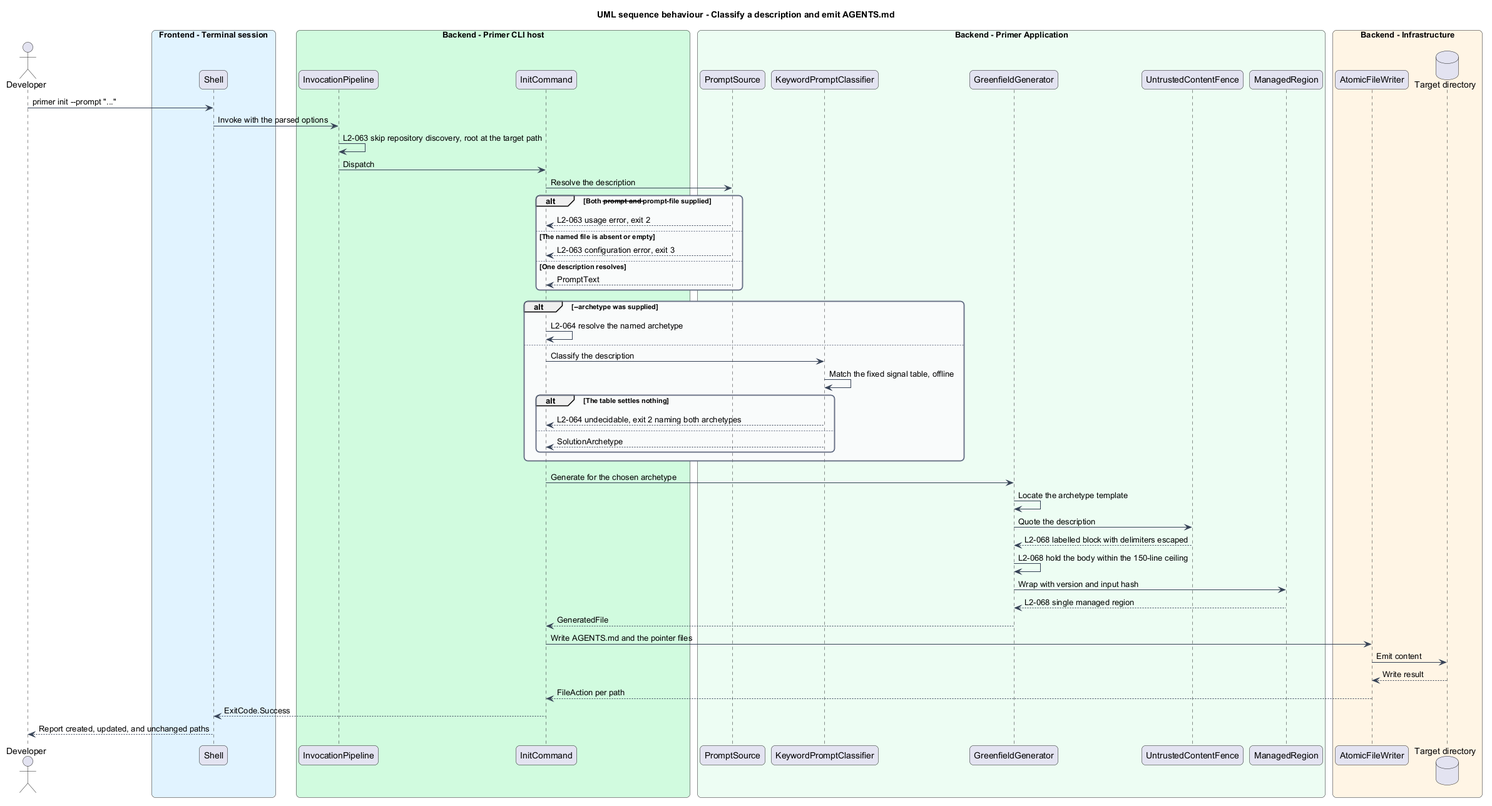
QuinntyneBrown/primer keeps this PlantUML diagram as docs/detailed-designs/agent-file-generation/generate-from-prompt/diagrams/sequence-generate-from-prompt.png. Above is the earlier version. Source of this version:
```plantuml
@startuml
title UML sequence behaviour - Classify a description and emit AGENTS.md
skinparam backgroundColor #FFFFFF
skinparam shadowing false
skinparam roundcorner 12
skinparam defaultFontName Arial
skinparam ArrowColor #344054
skinparam rectangle {
  BorderColor #344054
  FontColor #101828
}
skinparam package {
  BorderColor #667085
  FontColor #101828
  BackgroundColor #F9FAFB
}
actor "Developer" as dev
box "Frontend - Terminal session" #E0F2FE
  participant "Shell" as shell
end box
box "Backend - Primer CLI host" #D1FADF
  participant "InvocationPipeline" as pipeline
  participant "InitCommand" as init
end box
box "Backend - Primer Application" #ECFDF3
  participant "PromptSource" as source
  participant "KeywordPromptClassifier" as classifier
  participant "GreenfieldGenerator" as generator
  participant "UntrustedContentFence" as fence
  participant "ManagedRegion" as region
end box
box "Backend - Infrastructure" #FFF4E5
  participant "AtomicFileWriter" as writer
  database "Target directory" as tree
end box

dev -> shell : primer init --prompt "..."
shell -> pipeline : Invoke with the parsed options
pipeline -> pipeline : L2-063 skip repository discovery, root at the target path
pipeline -> init : Dispatch

init -> source : Resolve the description
alt Both --prompt and --prompt-file supplied
  source --> init : L2-063 usage error, exit 2
else The named file is absent or empty
  source --> init : L2-063 configuration error, exit 3
else One description resolves
  source --> init : PromptText
end

alt --archetype was supplied
  init -> init : L2-064 resolve the named archetype
else
  init -> classifier : Classify the description
  classifier -> classifier : Match the fixed signal table, offline
  alt The table settles nothing
    classifier --> init : L2-064 undecidable, exit 2 naming both archetypes
  else
    classifier --> init : SolutionArchetype
  end
end

init -> generator : Generate for the chosen archetype
generator -> generator : Locate the archetype template
generator -> fence : Quote the description
fence --> generator : L2-068 labelled block with delimiters escaped
generator -> generator : L2-068 hold the body within the 150-line ceiling
generator -> region : Wrap with version and input hash
region --> generator : L2-068 single managed region
generator --> init : GeneratedFile

init -> writer : Write AGENTS.md and the pointer files
writer -> tree : Emit content
tree --> writer : Write result
writer --> init : FileAction per path
init --> shell : ExitCode.Success
shell --> dev : Report created, updated, and unchanged paths
@enduml
```
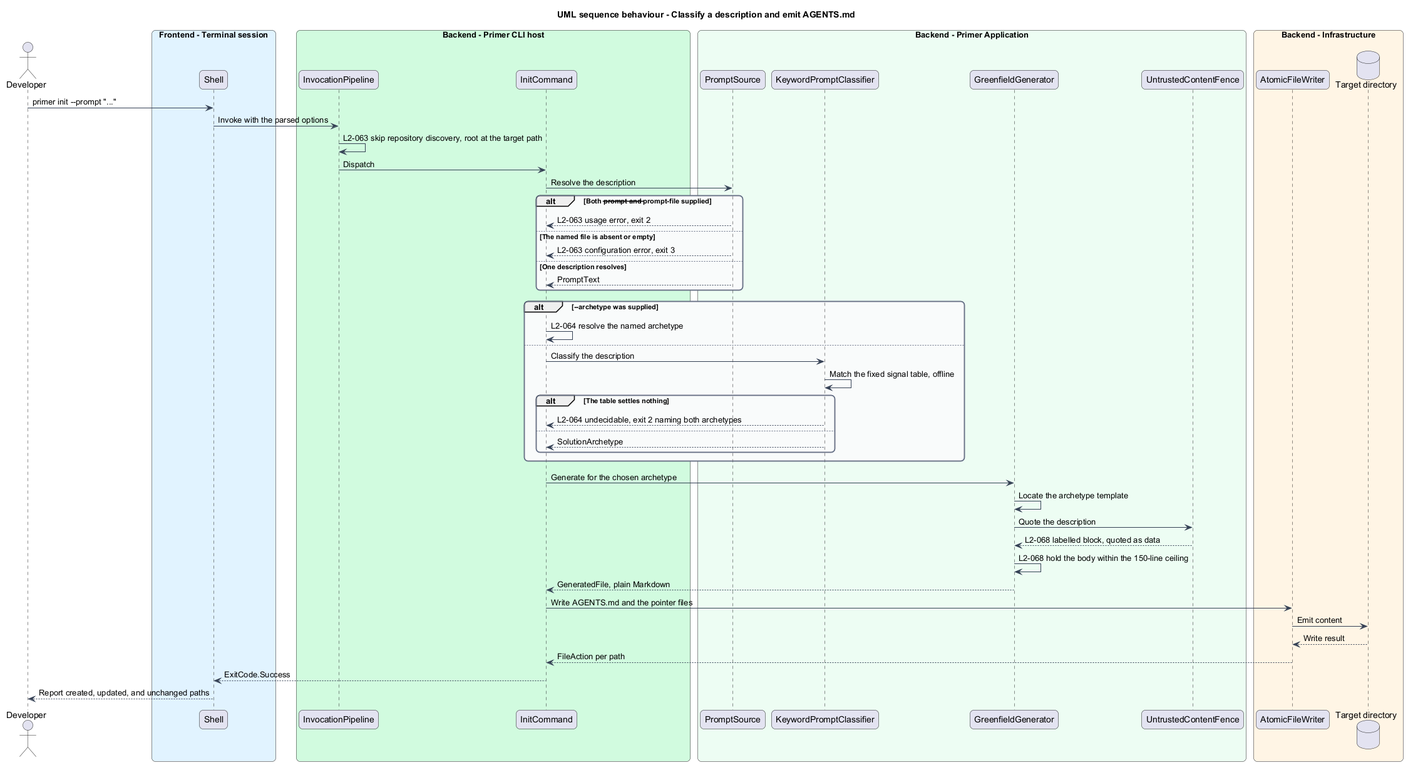
After the change.

Diff of the diagram source:
```diff
@@ -27,7 +27,6 @@
   participant "KeywordPromptClassifier" as classifier
   participant "GreenfieldGenerator" as generator
   participant "UntrustedContentFence" as fence
-  participant "ManagedRegion" as region
 end box
 box "Backend - Infrastructure" #FFF4E5
   participant "AtomicFileWriter" as writer
@@ -63,11 +62,9 @@
 init -> generator : Generate for the chosen archetype
 generator -> generator : Locate the archetype template
 generator -> fence : Quote the description
-fence --> generator : L2-068 labelled block with delimiters escaped
+fence --> generator : L2-068 labelled block, quoted as data
 generator -> generator : L2-068 hold the body within the 150-line ceiling
-generator -> region : Wrap with version and input hash
-region --> generator : L2-068 single managed region
-generator --> init : GeneratedFile
+generator --> init : GeneratedFile, plain Markdown
 
 init -> writer : Write AGENTS.md and the pointer files
 writer -> tree : Emit content
```
